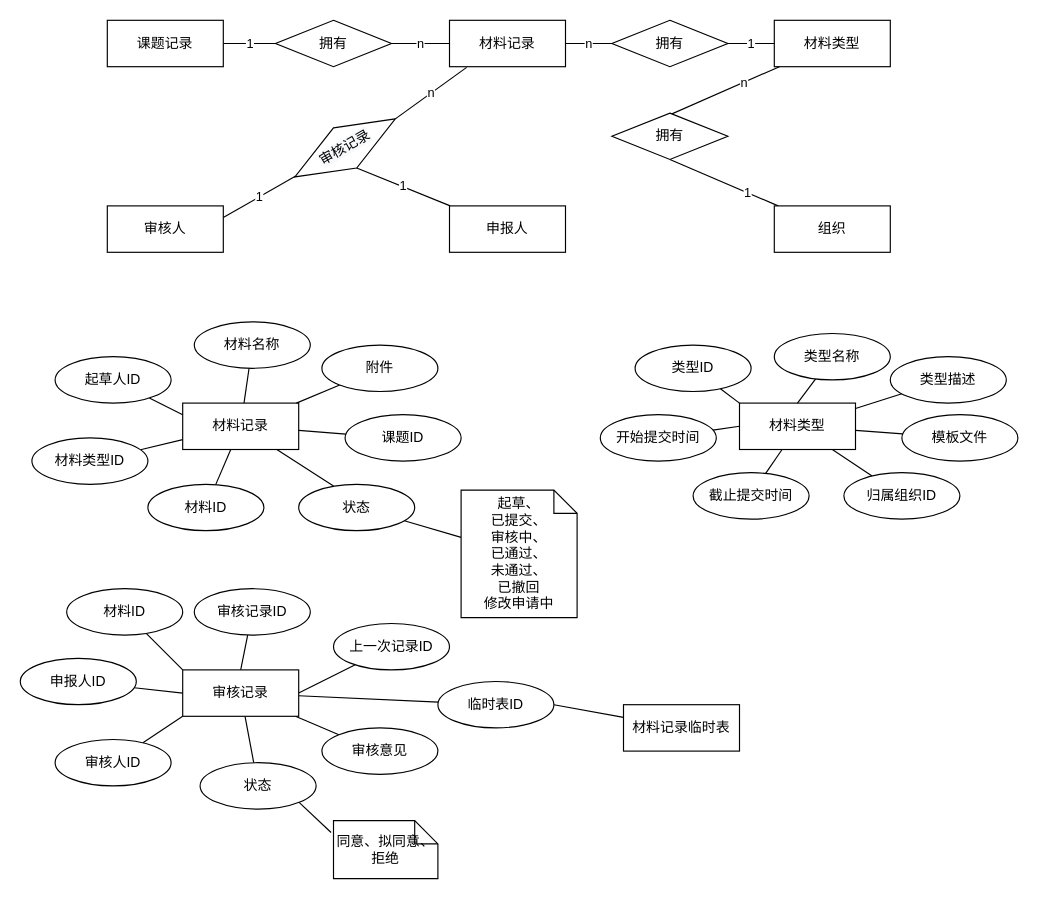
The draw.io diagram page "材料服务" (4 of 5) of 毕设管理系统/ER模型图.drawio in FdfGithub/drawio, before the edit. Source tidied: cells renumbered, new cells numbered last; positions are measured from the earlier drawing's top-left corner, leaving out a move shared by most shapes. Both pictures are drawn from the tidied source at 116%, with x=0, y=0 at pixel (20, 20).
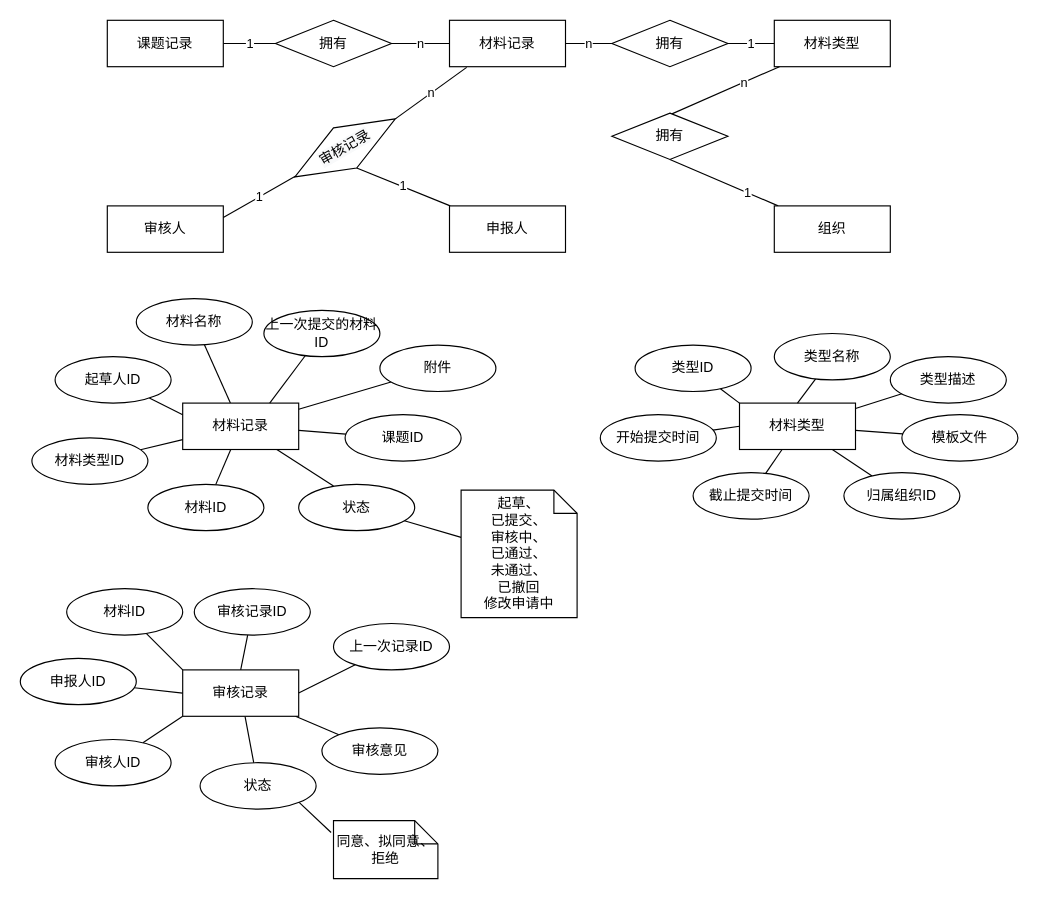
The same diagram, later.

The change refers to these unchanged cells:
```xml
<mxCell id="8" value="材料记录" style="whiteSpace=wrap;html=1;align=center;" parent="1" vertex="1">
  <mxGeometry x="140" y="330" width="100" height="40" as="geometry" />
</mxCell>
<mxCell id="39" value="审核记录" style="whiteSpace=wrap;html=1;align=center;" parent="1" vertex="1">
  <mxGeometry x="140" y="560" width="100" height="40" as="geometry" />
</mxCell>
```

What changed in the source:
```diff
@@
     <mxCell id="10" value="材料名称" style="ellipse;whiteSpace=wrap;html=1;align=center;" parent="1" vertex="1">
-      <mxGeometry x="150" y="260" width="100" height="40" as="geometry" />
+      <mxGeometry x="100" y="240" width="100" height="40" as="geometry" />
     </mxCell>
@@
     <mxCell id="12" value="附件" style="ellipse;whiteSpace=wrap;html=1;align=center;" parent="1" vertex="1">
-      <mxGeometry x="260" y="280" width="100" height="40" as="geometry" />
+      <mxGeometry x="310" y="280" width="100" height="40" as="geometry" />
     </mxCell>
@@
-    <mxCell id="38" style="edgeStyle=none;rounded=0;jettySize=auto;html=1;endArrow=none;endFill=0;" parent="1" edge="1" source="39" target="73">
-      <mxGeometry relative="1" as="geometry" />
-    </mxCell>
@@
-    <mxCell id="73" value="临时表ID" style="ellipse;whiteSpace=wrap;html=1;align=center;" parent="1" vertex="1">
-      <mxGeometry x="360" y="570" width="100" height="40" as="geometry" />
-    </mxCell>
-    <mxCell id="74" value="材料记录临时表" style="whiteSpace=wrap;html=1;align=center;" parent="1" vertex="1">
-      <mxGeometry x="520" y="590" width="100" height="40" as="geometry" />
-    </mxCell>
-    <mxCell id="75" style="edgeStyle=none;rounded=0;jettySize=auto;html=1;endArrow=none;endFill=0;" parent="1" edge="1" target="74">
-      <mxGeometry relative="1" as="geometry">
-        <mxPoint x="460" y="590" as="sourcePoint" />
-      </mxGeometry>
-    </mxCell>
+    <mxCell id="76" style="rounded=0;jettySize=auto;html=1;entryX=0.75;entryY=0;entryDx=0;entryDy=0;endArrow=none;endFill=0;" parent="1" edge="1" source="77" target="8">
+      <mxGeometry relative="1" as="geometry" />
+    </mxCell>
+    <mxCell id="77" value="上一次提交的材料ID" style="ellipse;whiteSpace=wrap;html=1;align=center;" parent="1" vertex="1">
+      <mxGeometry x="210" y="250" width="100" height="40" as="geometry" />
+    </mxCell>
```
